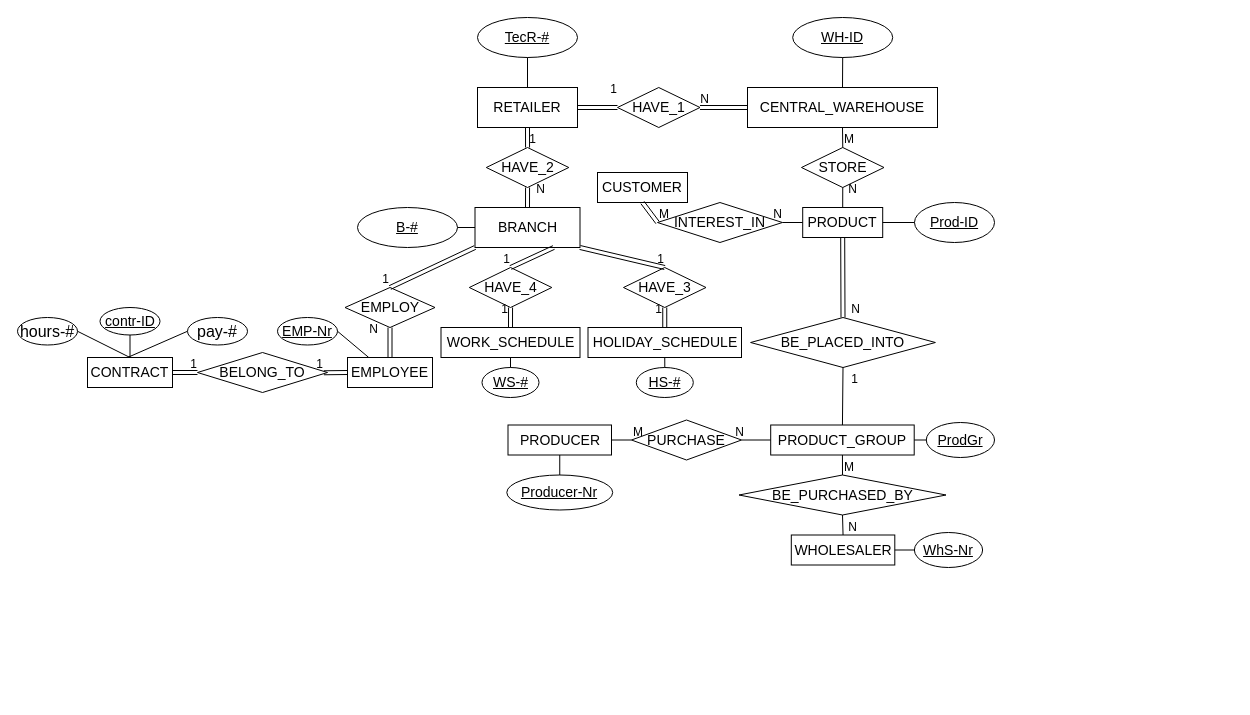
Above: eerdretailer.drawio in quangmnh/drawio (draw.io), before the change. Source tidied: cells renumbered, new cells numbered last; positions are measured from the earlier drawing's top-left corner, leaving out a move shared by most shapes. Both pictures are drawn from the tidied source at 100%, with x=0, y=0 at pixel (17, 17).
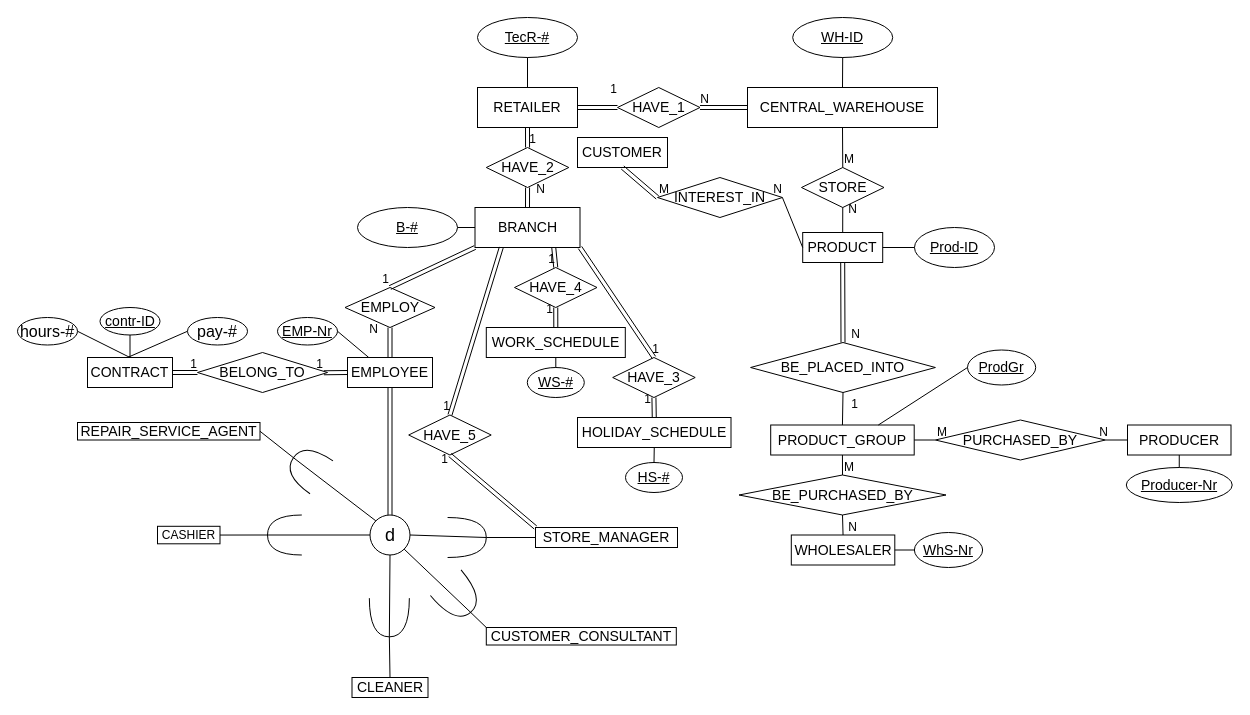
Above is the later version.

Unchanged cells that the change refers to:
```xml
<mxCell id="8" value="&lt;font style=&quot;font-size: 14px&quot;&gt;BRANCH&lt;/font&gt;" style="whiteSpace=wrap;html=1;align=center;" parent="1" vertex="1">
  <mxGeometry x="457.5" y="190" width="105" height="40" as="geometry" />
</mxCell>
<mxCell id="30" value="&lt;font style=&quot;font-size: 14px&quot;&gt;PRODUCT_GROUP&lt;/font&gt;" style="whiteSpace=wrap;html=1;align=center;" parent="1" vertex="1">
  <mxGeometry x="753.2" y="407.5" width="143.5" height="30" as="geometry" />
</mxCell>
<mxCell id="60" value="&lt;font style=&quot;font-size: 14px&quot;&gt;EMPLOYEE&lt;/font&gt;" style="whiteSpace=wrap;html=1;align=center;" parent="1" vertex="1">
  <mxGeometry x="330" y="340" width="85" height="30" as="geometry" />
</mxCell>
<mxCell id="85" style="shape=link;html=1;rounded=0;exitX=1;exitY=1;exitDx=0;exitDy=0;entryX=0.5;entryY=0;entryDx=0;entryDy=0;" parent="1" edge="1" source="8" target="79">
  <mxGeometry relative="1" as="geometry" />
</mxCell>
```

What changed in the source:
```diff
@@
     <mxCell id="21" value="&lt;font style=&quot;font-size: 14px&quot;&gt;PRODUCT&lt;/font&gt;" style="whiteSpace=wrap;html=1;align=center;" parent="1" vertex="1">
-      <mxGeometry x="785.2" y="190" width="80" height="30" as="geometry" />
+      <mxGeometry x="785.2" y="215" width="80" height="30" as="geometry" />
     </mxCell>
     <mxCell id="22" value="&lt;font style=&quot;font-size: 14px&quot;&gt;STORE&lt;/font&gt;" style="shape=rhombus;perimeter=rhombusPerimeter;whiteSpace=wrap;html=1;align=center;" parent="1" vertex="1">
-      <mxGeometry x="784" y="130" width="82.5" height="40" as="geometry" />
+      <mxGeometry x="784" y="150" width="82.5" height="40" as="geometry" />
     </mxCell>
@@
     <mxCell id="27" value="&lt;span style=&quot;font-size: 14px&quot;&gt;Prod-ID&lt;/span&gt;" style="ellipse;whiteSpace=wrap;html=1;align=center;fontStyle=4;" parent="1" vertex="1">
-      <mxGeometry x="897" y="185" width="80" height="40" as="geometry" />
+      <mxGeometry x="897" y="210" width="80" height="40" as="geometry" />
     </mxCell>
@@
     <mxCell id="29" value="&lt;font style=&quot;font-size: 14px&quot;&gt;BE_PLACED_INTO&lt;/font&gt;" style="shape=rhombus;perimeter=rhombusPerimeter;whiteSpace=wrap;html=1;align=center;" parent="1" vertex="1">
-      <mxGeometry x="733.1" y="300" width="184.8" height="50" as="geometry" />
+      <mxGeometry x="733.1" y="325" width="184.8" height="50" as="geometry" />
     </mxCell>
@@
     <mxCell id="31" value="&lt;span style=&quot;font-size: 14px&quot;&gt;ProdGr&lt;/span&gt;" style="ellipse;whiteSpace=wrap;html=1;align=center;fontStyle=4;" parent="1" vertex="1">
-      <mxGeometry x="908.8" y="405" width="68.2" height="35" as="geometry" />
+      <mxGeometry x="950" y="332.5" width="68.2" height="35" as="geometry" />
     </mxCell>
-    <mxCell id="32" style="endArrow=none;html=1;rounded=0;exitX=0;exitY=0.5;exitDx=0;exitDy=0;entryX=1;entryY=0.5;entryDx=0;entryDy=0;" parent="1" edge="1" source="31" target="30">
+    <mxCell id="32" style="endArrow=none;html=1;rounded=0;exitX=0;exitY=0.5;exitDx=0;exitDy=0;entryX=0.75;entryY=0;entryDx=0;entryDy=0;" parent="1" edge="1" source="31" target="30">
       <mxGeometry relative="1" as="geometry" />
     </mxCell>
@@
     <mxCell id="38" value="&lt;span style=&quot;font-size: 14px&quot;&gt;PRODUCER&lt;/span&gt;" style="whiteSpace=wrap;html=1;align=center;" parent="1" vertex="1">
-      <mxGeometry x="490.5" y="407.5" width="103.5" height="30" as="geometry" />
+      <mxGeometry x="1110" y="407.5" width="103.5" height="30" as="geometry" />
     </mxCell>
-    <mxCell id="39" value="&lt;font style=&quot;font-size: 14px&quot;&gt;PURCHASE&lt;/font&gt;" style="shape=rhombus;perimeter=rhombusPerimeter;whiteSpace=wrap;html=1;align=center;" parent="1" vertex="1">
-      <mxGeometry x="614" y="402.5" width="110" height="40" as="geometry" />
-    </mxCell>
@@
-    <mxCell id="45" style="endArrow=none;html=1;rounded=0;entryX=1;entryY=0.5;entryDx=0;entryDy=0;exitX=0;exitY=0.5;exitDx=0;exitDy=0;" parent="1" edge="1" source="39" target="38">
+    <mxCell id="45" style="endArrow=none;html=1;rounded=0;entryX=1;entryY=0.5;entryDx=0;entryDy=0;exitX=0;exitY=0.5;exitDx=0;exitDy=0;" parent="1" edge="1" source="122" target="30">
       <mxGeometry relative="1" as="geometry" />
     </mxCell>
@@
-    <mxCell id="47" style="endArrow=none;html=1;rounded=0;entryX=1;entryY=0.5;entryDx=0;entryDy=0;exitX=0;exitY=0.5;exitDx=0;exitDy=0;" parent="1" edge="1" source="30" target="39">
+    <mxCell id="47" style="endArrow=none;html=1;rounded=0;entryX=1;entryY=0.5;entryDx=0;entryDy=0;exitX=0;exitY=0.5;exitDx=0;exitDy=0;" parent="1" edge="1" source="38" target="122">
       <mxGeometry relative="1" as="geometry" />
     </mxCell>
@@
     <mxCell id="51" value="&lt;span style=&quot;font-size: 14px&quot;&gt;Producer-Nr&lt;/span&gt;" style="ellipse;whiteSpace=wrap;html=1;align=center;fontStyle=4;" parent="1" vertex="1">
-      <mxGeometry x="489.3" y="457.5" width="105.9" height="35" as="geometry" />
+      <mxGeometry x="1108.8" y="450" width="105.9" height="35" as="geometry" />
     </mxCell>
@@
     <mxCell id="53" value="&lt;font style=&quot;font-size: 14px&quot;&gt;CUSTOMER&lt;/font&gt;" style="whiteSpace=wrap;html=1;align=center;" parent="1" vertex="1">
-      <mxGeometry x="580" y="155" width="90" height="30" as="geometry" />
+      <mxGeometry x="560" y="120" width="90" height="30" as="geometry" />
     </mxCell>
     <mxCell id="54" value="&lt;font style=&quot;font-size: 14px&quot;&gt;INTEREST_IN&lt;/font&gt;" style="shape=rhombus;perimeter=rhombusPerimeter;whiteSpace=wrap;html=1;align=center;" parent="1" vertex="1">
-      <mxGeometry x="640" y="185" width="124.9" height="40" as="geometry" />
+      <mxGeometry x="640" y="160" width="124.9" height="40" as="geometry" />
     </mxCell>
@@
     <mxCell id="79" value="&lt;font style=&quot;font-size: 14px&quot;&gt;HAVE_3&lt;/font&gt;" style="shape=rhombus;perimeter=rhombusPerimeter;whiteSpace=wrap;html=1;align=center;" parent="1" vertex="1">
-      <mxGeometry x="606" y="250" width="82.5" height="40" as="geometry" />
+      <mxGeometry x="595.2" y="340" width="82.5" height="40" as="geometry" />
     </mxCell>
     <mxCell id="80" value="&lt;font style=&quot;font-size: 14px&quot;&gt;HAVE_4&lt;/font&gt;" style="shape=rhombus;perimeter=rhombusPerimeter;whiteSpace=wrap;html=1;align=center;" parent="1" vertex="1">
-      <mxGeometry x="451.8" y="250" width="82.5" height="40" as="geometry" />
+      <mxGeometry x="497" y="250" width="82.5" height="40" as="geometry" />
     </mxCell>
     <mxCell id="81" value="&lt;font style=&quot;font-size: 14px&quot;&gt;WORK_SCHEDULE&lt;/font&gt;" style="whiteSpace=wrap;html=1;align=center;" parent="1" vertex="1">
-      <mxGeometry x="423.5" y="310" width="139" height="30" as="geometry" />
+      <mxGeometry x="468.8" y="310" width="139" height="30" as="geometry" />
     </mxCell>
     <mxCell id="82" value="&lt;font style=&quot;font-size: 14px&quot;&gt;HOLIDAY_SCHEDULE&lt;/font&gt;" style="whiteSpace=wrap;html=1;align=center;" parent="1" vertex="1">
-      <mxGeometry x="570.5" y="310" width="153.5" height="30" as="geometry" />
+      <mxGeometry x="560" y="400" width="153.5" height="30" as="geometry" />
     </mxCell>
@@
     <mxCell id="86" value="1" style="html=1;align=right;verticalAlign=bottom;" parent="85" vertex="1">
-      <mxGeometry x="1" relative="1" as="geometry" />
+      <mxGeometry x="1" relative="1" as="geometry">
+        <mxPoint x="5" as="offset" />
+      </mxGeometry>
     </mxCell>
@@
     <mxCell id="91" value="&lt;span style=&quot;font-size: 14px&quot;&gt;WS-#&lt;/span&gt;" style="ellipse;whiteSpace=wrap;html=1;align=center;fontStyle=4;" parent="1" vertex="1">
-      <mxGeometry x="464.5" y="350" width="57" height="30" as="geometry" />
+      <mxGeometry x="509.8" y="350" width="57" height="30" as="geometry" />
     </mxCell>
@@
     <mxCell id="93" value="&lt;span style=&quot;font-size: 14px&quot;&gt;HS-#&lt;/span&gt;" style="ellipse;whiteSpace=wrap;html=1;align=center;fontStyle=4;" parent="1" vertex="1">
-      <mxGeometry x="618.8" y="350" width="57" height="30" as="geometry" />
+      <mxGeometry x="608" y="445" width="57" height="30" as="geometry" />
     </mxCell>
@@
+    <mxCell id="95" value="CASHIER" style="whiteSpace=wrap;html=1;align=center;" parent="1" vertex="1">
+      <mxGeometry x="140" y="508.8" width="62.5" height="17.5" as="geometry" />
+    </mxCell>
+    <mxCell id="96" value="&lt;span style=&quot;font-size: 14px&quot;&gt;STORE_MANAGER&lt;/span&gt;" style="whiteSpace=wrap;html=1;align=center;" parent="1" vertex="1">
+      <mxGeometry x="518" y="510" width="142" height="20" as="geometry" />
+    </mxCell>
+    <mxCell id="97" value="&lt;span style=&quot;font-size: 18px&quot;&gt;d&lt;/span&gt;" style="ellipse;whiteSpace=wrap;html=1;align=center;" parent="1" vertex="1">
+      <mxGeometry x="352.5" y="497.5" width="40" height="40" as="geometry" />
+    </mxCell>
+    <mxCell id="98" style="endArrow=none;html=1;rounded=0;entryX=1;entryY=0.5;entryDx=0;entryDy=0;entryPerimeter=0;exitX=1;exitY=0.5;exitDx=0;exitDy=0;" parent="1" edge="1" source="95" target="99">
+      <mxGeometry relative="1" as="geometry" />
+    </mxCell>
+    <mxCell id="99" style="shape=requiredInterface;html=1;verticalLabelPosition=bottom;rotation=-180;" parent="1" vertex="1">
+      <mxGeometry x="250" y="497.5" width="34.3" height="40" as="geometry" />
+    </mxCell>
+    <mxCell id="100" style="shape=requiredInterface;html=1;verticalLabelPosition=bottom;rotation=0;" parent="1" vertex="1">
+      <mxGeometry x="430.1" y="500" width="38.7" height="40" as="geometry" />
+    </mxCell>
+    <mxCell id="101" style="endArrow=none;html=1;rounded=0;exitX=0;exitY=0.5;exitDx=0;exitDy=0;entryX=1;entryY=0.5;entryDx=0;entryDy=0;entryPerimeter=0;" parent="1" edge="1" source="97" target="99">
+      <mxGeometry relative="1" as="geometry" />
+    </mxCell>
+    <mxCell id="102" style="endArrow=none;html=1;rounded=0;exitX=1;exitY=0.5;exitDx=0;exitDy=0;exitPerimeter=0;entryX=0;entryY=0.5;entryDx=0;entryDy=0;" parent="1" edge="1" source="100" target="96">
+      <mxGeometry relative="1" as="geometry" />
+    </mxCell>
+    <mxCell id="103" style="endArrow=none;html=1;rounded=0;exitX=1;exitY=0.5;exitDx=0;exitDy=0;entryX=1;entryY=0.5;entryDx=0;entryDy=0;exitPerimeter=0;" parent="1" edge="1" source="100" target="97">
+      <mxGeometry relative="1" as="geometry" />
+    </mxCell>
+    <mxCell id="104" style="endArrow=none;html=1;rounded=0;exitX=0.5;exitY=1;exitDx=0;exitDy=0;entryX=0.5;entryY=0;entryDx=0;entryDy=0;shape=link;" parent="1" edge="1" source="60" target="97">
+      <mxGeometry relative="1" as="geometry" />
+    </mxCell>
+    <mxCell id="105" value="&lt;font style=&quot;font-size: 14px&quot;&gt;CLEANER&lt;/font&gt;" style="whiteSpace=wrap;html=1;align=center;" parent="1" vertex="1">
+      <mxGeometry x="334.5" y="660" width="76" height="20" as="geometry" />
+    </mxCell>
+    <mxCell id="106" style="shape=requiredInterface;html=1;verticalLabelPosition=bottom;rotation=90;" parent="1" vertex="1">
+      <mxGeometry x="352.5" y="580" width="38.7" height="40" as="geometry" />
+    </mxCell>
+    <mxCell id="107" style="endArrow=none;html=1;rounded=0;exitX=1;exitY=0.5;exitDx=0;exitDy=0;exitPerimeter=0;entryX=0.5;entryY=0;entryDx=0;entryDy=0;" parent="1" edge="1" source="106" target="105">
+      <mxGeometry relative="1" as="geometry" />
+    </mxCell>
+    <mxCell id="108" style="endArrow=none;html=1;rounded=0;exitX=1;exitY=0.5;exitDx=0;exitDy=0;entryX=0.5;entryY=1;entryDx=0;entryDy=0;exitPerimeter=0;" parent="1" edge="1" source="106" target="97">
+      <mxGeometry relative="1" as="geometry" />
+    </mxCell>
+    <mxCell id="109" value="&lt;font style=&quot;font-size: 14px&quot;&gt;CUSTOMER_CONSULTANT&lt;/font&gt;" style="whiteSpace=wrap;html=1;align=center;" parent="1" vertex="1">
+      <mxGeometry x="468.8" y="610" width="190" height="17.5" as="geometry" />
+    </mxCell>
+    <mxCell id="110" style="shape=requiredInterface;html=1;verticalLabelPosition=bottom;rotation=50;" parent="1" vertex="1">
+      <mxGeometry x="421.3" y="560" width="38.7" height="40" as="geometry" />
+    </mxCell>
+    <mxCell id="111" style="endArrow=none;html=1;rounded=0;exitX=1;exitY=0.5;exitDx=0;exitDy=0;exitPerimeter=0;entryX=0;entryY=0;entryDx=0;entryDy=0;" parent="1" edge="1" source="110" target="109">
+      <mxGeometry relative="1" as="geometry" />
+    </mxCell>
+    <mxCell id="112" style="endArrow=none;html=1;rounded=0;exitX=1;exitY=0.5;exitDx=0;exitDy=0;entryX=1;entryY=1;entryDx=0;entryDy=0;exitPerimeter=0;" parent="1" edge="1" source="110" target="97">
+      <mxGeometry relative="1" as="geometry" />
+    </mxCell>
+    <mxCell id="113" value="&lt;font style=&quot;font-size: 14px&quot;&gt;REPAIR_SERVICE_AGENT&lt;/font&gt;" style="whiteSpace=wrap;html=1;align=center;" parent="1" vertex="1">
+      <mxGeometry x="60" y="405" width="182.5" height="17.5" as="geometry" />
+    </mxCell>
+    <mxCell id="114" style="endArrow=none;html=1;rounded=0;entryX=1;entryY=0.5;entryDx=0;entryDy=0;entryPerimeter=0;exitX=1;exitY=0.5;exitDx=0;exitDy=0;" parent="1" edge="1" source="113" target="115">
+      <mxGeometry relative="1" as="geometry" />
+    </mxCell>
+    <mxCell id="115" style="shape=requiredInterface;html=1;verticalLabelPosition=bottom;rotation=-145;" parent="1" vertex="1">
+      <mxGeometry x="272.8" y="430" width="34.3" height="40" as="geometry" />
+    </mxCell>
+    <mxCell id="116" style="endArrow=none;html=1;rounded=0;exitX=0;exitY=0;exitDx=0;exitDy=0;entryX=1;entryY=0.5;entryDx=0;entryDy=0;entryPerimeter=0;" parent="1" edge="1" source="97" target="115">
+      <mxGeometry relative="1" as="geometry" />
+    </mxCell>
+    <mxCell id="117" value="&lt;font style=&quot;font-size: 14px&quot;&gt;HAVE_5&lt;/font&gt;" style="shape=rhombus;perimeter=rhombusPerimeter;whiteSpace=wrap;html=1;align=center;" parent="1" vertex="1">
+      <mxGeometry x="391.2" y="397.5" width="82.5" height="40" as="geometry" />
+    </mxCell>
+    <mxCell id="118" style="shape=link;html=1;rounded=0;exitX=0.25;exitY=1;exitDx=0;exitDy=0;entryX=0.5;entryY=0;entryDx=0;entryDy=0;" parent="1" edge="1" source="8" target="117">
+      <mxGeometry relative="1" as="geometry" />
+    </mxCell>
+    <mxCell id="119" value="1" style="html=1;align=right;verticalAlign=bottom;" parent="118" vertex="1">
+      <mxGeometry x="1" relative="1" as="geometry" />
+    </mxCell>
+    <mxCell id="120" style="shape=link;html=1;rounded=0;exitX=0;exitY=0;exitDx=0;exitDy=0;entryX=0.5;entryY=1;entryDx=0;entryDy=0;" parent="1" edge="1" source="96" target="117">
+      <mxGeometry relative="1" as="geometry" />
+    </mxCell>
+    <mxCell id="121" value="1" style="html=1;align=right;verticalAlign=bottom;" parent="120" vertex="1">
+      <mxGeometry x="1" relative="1" as="geometry">
+        <mxPoint x="-2" y="12" as="offset" />
+      </mxGeometry>
+    </mxCell>
+    <mxCell id="122" value="&lt;font style=&quot;font-size: 14px&quot;&gt;PURCHASED_BY&lt;/font&gt;" style="shape=rhombus;perimeter=rhombusPerimeter;whiteSpace=wrap;html=1;align=center;" parent="1" vertex="1">
+      <mxGeometry x="917.9" y="402.5" width="170" height="40" as="geometry" />
+    </mxCell>
```
